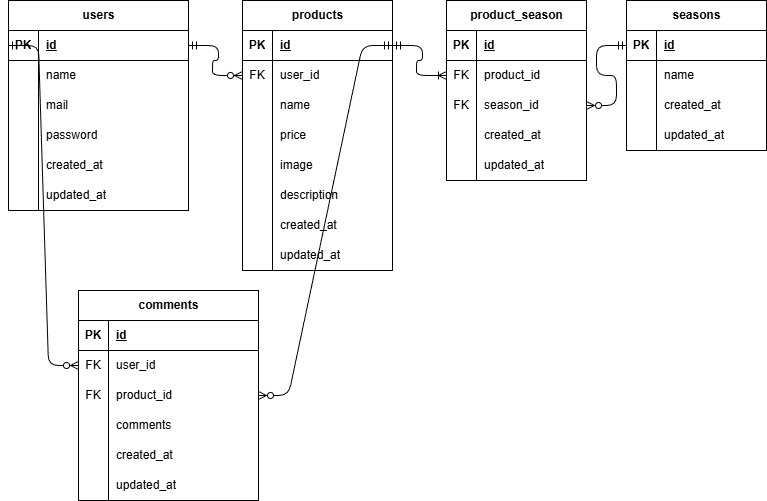
Before: ER.drawio.png, a diagram exported from draw.io (yurin0617/yurin-kadai2). Source tidied: cells renumbered, new cells last; positions are measured from the earlier drawing's top-left corner, leaving out a move shared by most shapes.
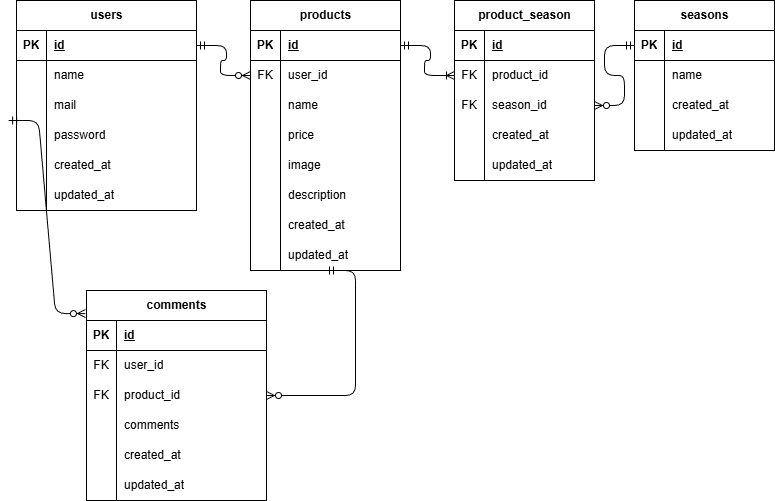
Above is the later version.

Change to the diagram source:
```diff
@@ -296,8 +296,9 @@
     <mxCell id="97" value="&lt;span style=&quot;color: rgb(0, 0, 0);&quot;&gt;updated_at&lt;/span&gt;" style="shape=partialRectangle;fillColor=none;top=0;left=0;bottom=0;right=0;align=left;spacingLeft=6;overflow=hidden;whiteSpace=wrap;html=1;" parent="95" vertex="1">
       <mxGeometry x="30" width="150" height="30" as="geometry" />
     </mxCell>
-    <mxCell id="98" style="edgeStyle=entityRelationEdgeStyle;fontSize=12;html=1;endArrow=ERzeroToMany;startArrow=ERmandOne;exitX=1;exitY=0.5;exitDx=0;exitDy=0;" parent="1" edge="1" source="3" target="86">
+    <mxCell id="98" style="edgeStyle=entityRelationEdgeStyle;fontSize=12;html=1;endArrow=ERzeroToMany;startArrow=ERmandOne;" parent="1" edge="1" target="86">
       <mxGeometry relative="1" as="geometry">
+        <mxPoint x="309" y="270" as="sourcePoint" />
         <Array as="points">
           <mxPoint x="334" y="555" />
           <mxPoint x="474" y="435" />
@@ -306,16 +307,17 @@
         </Array>
       </mxGeometry>
     </mxCell>
-    <mxCell id="99" style="edgeStyle=entityRelationEdgeStyle;fontSize=12;html=1;endArrow=ERzeroToMany;startArrow=ERmandOne;entryX=0;entryY=0.5;entryDx=0;entryDy=0;exitX=0;exitY=0.5;exitDx=0;exitDy=0;" parent="1" edge="1" source="59" target="83">
+    <mxCell id="99" style="edgeStyle=entityRelationEdgeStyle;fontSize=12;html=1;endArrow=ERzeroToMany;startArrow=ERmandOne;entryX=-0.006;entryY=0.11;entryDx=0;entryDy=0;entryPerimeter=0;exitX=-0.044;exitY=0;exitDx=0;exitDy=0;exitPerimeter=0;" parent="1" edge="1" source="68" target="79">
       <mxGeometry relative="1" as="geometry">
         <Array as="points">
-          <mxPoint x="115" y="565" />
-          <mxPoint x="40" y="250" />
-          <mxPoint x="120" y="330" />
-          <mxPoint x="255" y="445" />
-          <mxPoint x="160" y="370" />
-          <mxPoint x="255" y="445" />
-          <mxPoint x="255" y="445" />
+          <mxPoint x="85" y="575" />
+          <mxPoint x="-10" y="220" />
+          <mxPoint x="10" y="260" />
+          <mxPoint x="90" y="340" />
+          <mxPoint x="225" y="455" />
+          <mxPoint x="130" y="380" />
+          <mxPoint x="225" y="455" />
+          <mxPoint x="225" y="455" />
         </Array>
       </mxGeometry>
     </mxCell>
```
